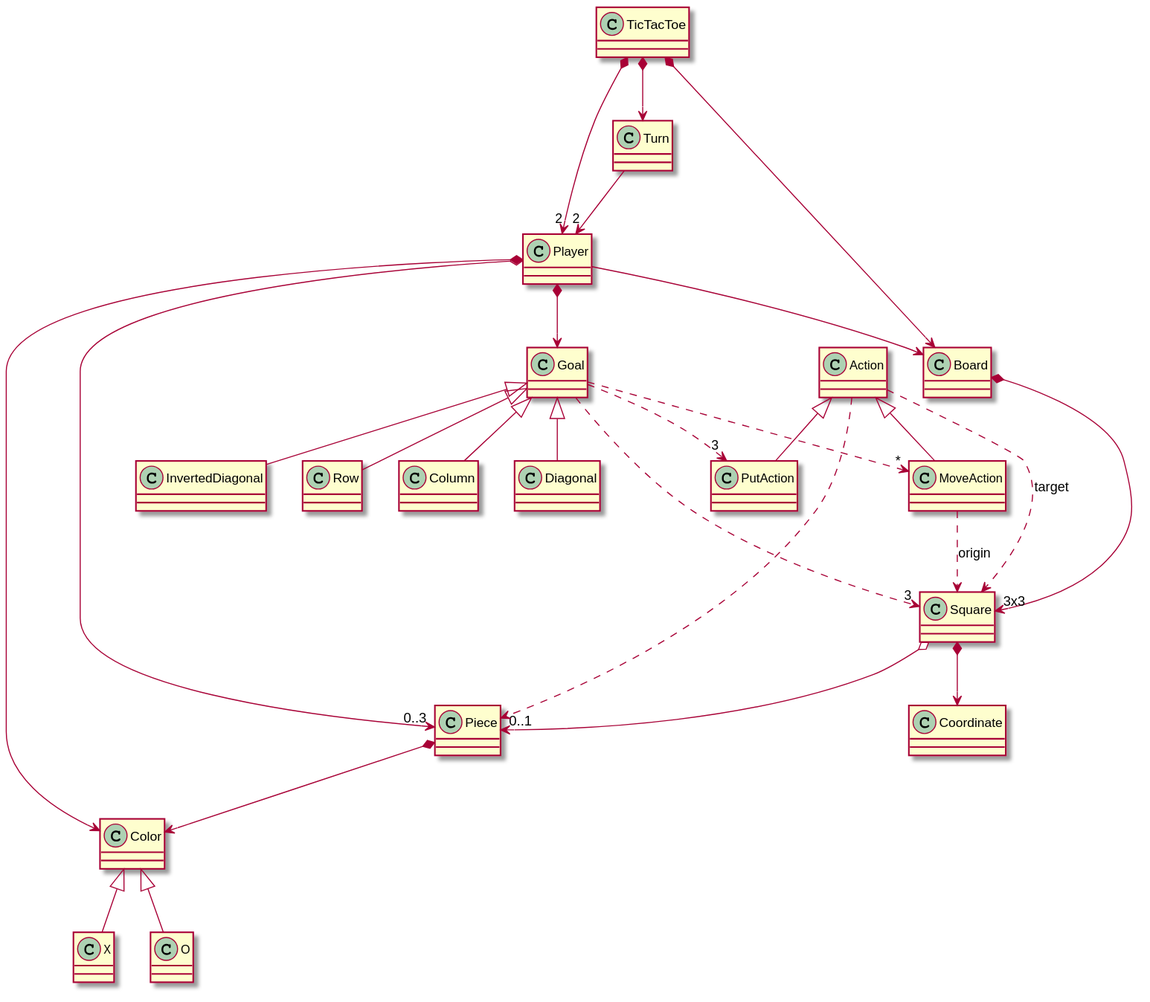
Before: build/docs/asciidoc/images/ticTacToeClases.svg, a diagram exported from PlantUML (x-USantaTecla-game-ticTacToe/requirements).
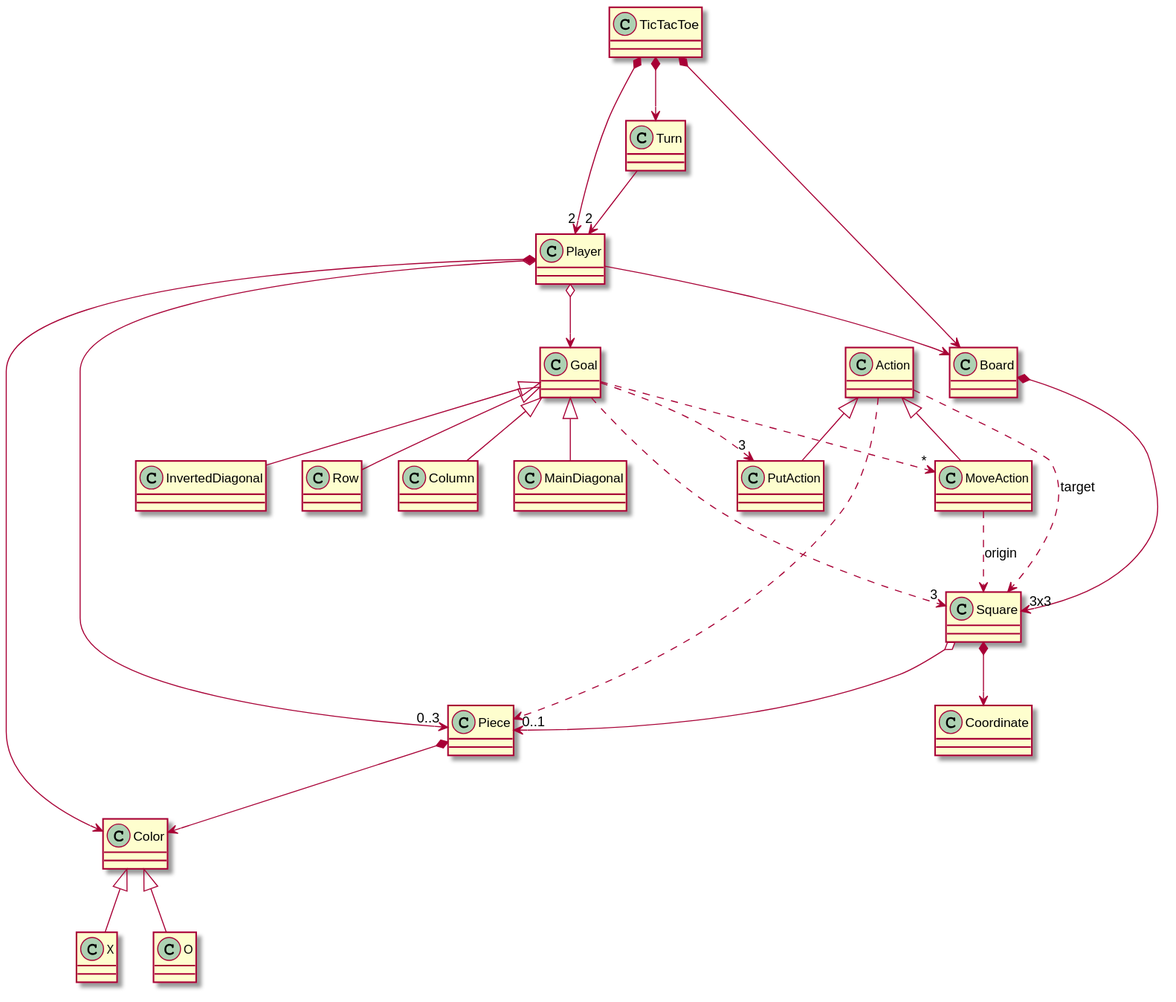
After the change.

What changed in the source:
```diff
@@ -7,7 +7,7 @@
 
 Player -down-> Board
 Player o-down-> "0..3" Piece
-Player *-down-> Goal
+Player o-down-> Goal
 Player *-down-> Color
 
 
@@ -33,6 +33,6 @@
 
 Goal <|-down- Row
 Goal <|-down- Column
-Goal <|-down- Diagonal
+Goal <|-down- MainDiagonal
 Goal <|-down- InvertedDiagonal
 @enduml
```
